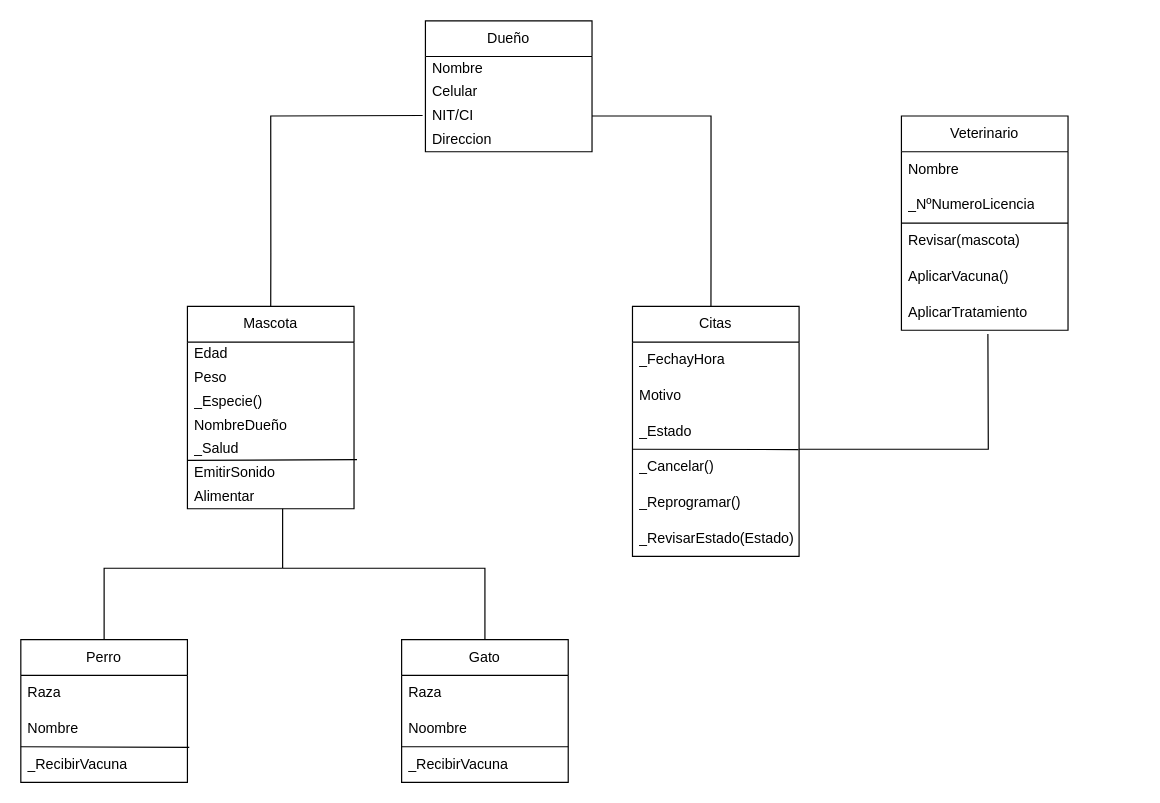
This is Diagrama sin título.drawio from chandler02-ODS/Diagramas-Clases-Objetos1, a draw.io file, before an edit. Source tidied: cells renumbered, new cells numbered last; positions are measured from the earlier drawing's top-left corner, leaving out a move shared by most shapes. Both pictures are drawn from the tidied source at 119%, with x=0, y=0 at pixel (20, 20).
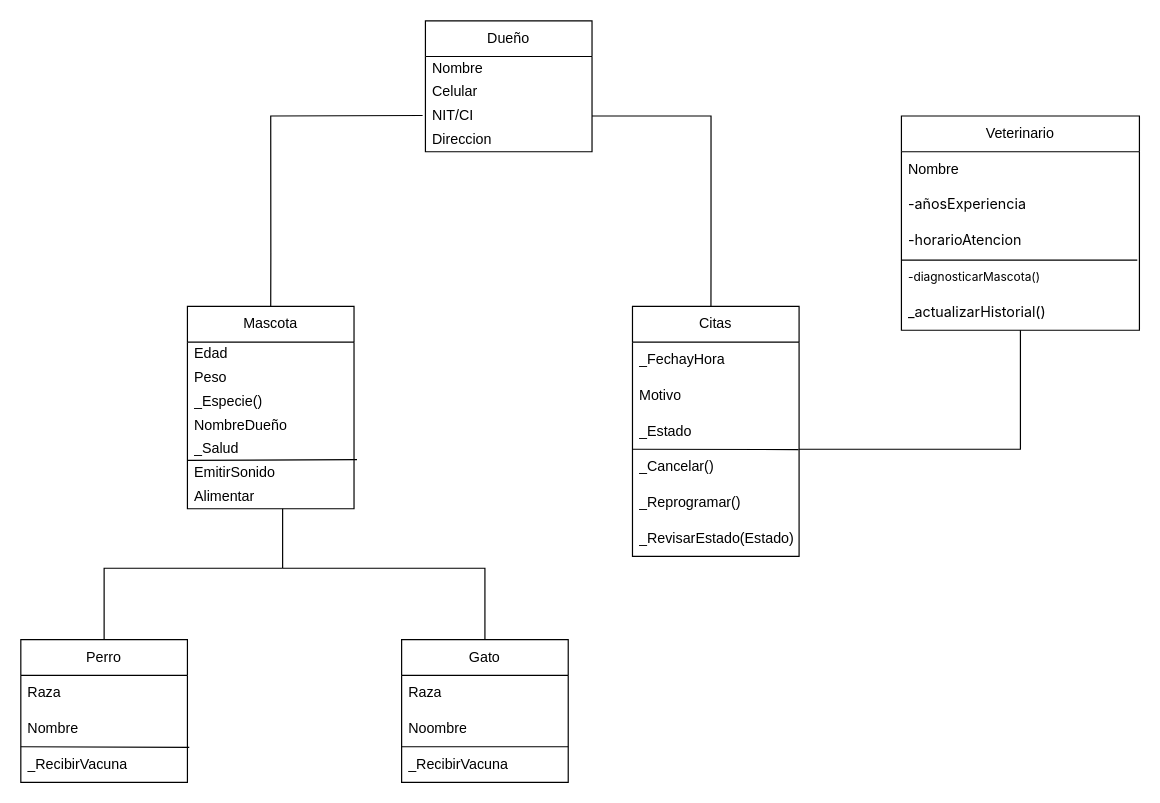
The same page after the edit.

What changed in the source:
```diff
@@
     <mxCell id="34" value="Veterinario" style="swimlane;fontStyle=0;horizontal=1;startSize=30;whiteSpace=wrap;html=1;" parent="1" vertex="1">
-      <mxGeometry x="740" y="80" width="140" height="180" as="geometry" />
+      <mxGeometry x="740" y="80" width="200" height="180" as="geometry" />
     </mxCell>
     <mxCell id="35" value="Nombre" style="text;strokeColor=none;fillColor=none;align=left;verticalAlign=middle;spacingLeft=4;spacingRight=4;overflow=hidden;whiteSpace=wrap;html=1;" parent="34" vertex="1">
-      <mxGeometry y="30" width="140" height="30" as="geometry" />
+      <mxGeometry y="30" width="200" height="30" as="geometry" />
     </mxCell>
-    <mxCell id="36" value="_NºNumeroLicencia" style="text;strokeColor=none;fillColor=none;align=left;verticalAlign=middle;spacingLeft=4;spacingRight=4;overflow=hidden;whiteSpace=wrap;html=1;" parent="34" vertex="1">
-      <mxGeometry y="60" width="140" height="30" as="geometry" />
+    <mxCell id="36" value="&lt;span style=&quot;color: rgb(0, 0, 0); font-family: -apple-system, BlinkMacSystemFont, &amp;quot;Segoe UI&amp;quot;, Roboto, &amp;quot;Helvetica Neue&amp;quot;, Arial, &amp;quot;Noto Sans&amp;quot;, sans-serif, &amp;quot;Apple Color Emoji&amp;quot;, &amp;quot;Segoe UI Emoji&amp;quot;, &amp;quot;Segoe UI Symbol&amp;quot;, &amp;quot;Noto Color Emoji&amp;quot;; white-space: pre-wrap; background-color: rgb(255, 255, 255);&quot;&gt;&lt;font&gt;-añosExperiencia&lt;/font&gt;&lt;/span&gt;" style="text;strokeColor=none;fillColor=none;align=left;verticalAlign=middle;spacingLeft=4;spacingRight=4;overflow=hidden;whiteSpace=wrap;html=1;" parent="34" vertex="1">
+      <mxGeometry y="60" width="200" height="30" as="geometry" />
     </mxCell>
-    <mxCell id="37" style="endArrow=none;html=1;rounded=0;" parent="34" edge="1">
-      <mxGeometry relative="1" as="geometry">
-        <mxPoint y="90" as="sourcePoint" />
-        <mxPoint x="140" y="90" as="targetPoint" />
-      </mxGeometry>
-    </mxCell>
-    <mxCell id="38" value="Revisar(mascota)" style="text;strokeColor=none;fillColor=none;align=left;verticalAlign=middle;spacingLeft=4;spacingRight=4;overflow=hidden;whiteSpace=wrap;html=1;" parent="34" vertex="1">
-      <mxGeometry y="90" width="140" height="30" as="geometry" />
-    </mxCell>
-    <mxCell id="39" value="AplicarVacuna()" style="text;strokeColor=none;fillColor=none;align=left;verticalAlign=middle;spacingLeft=4;spacingRight=4;overflow=hidden;points=[[0,0.5],[1,0.5]];portConstraint=eastwest;whiteSpace=wrap;html=1;" parent="34" vertex="1">
-      <mxGeometry y="120" width="140" height="30" as="geometry" />
+    <mxCell id="39" value="&lt;span style=&quot;color: rgb(0, 0, 0); font-family: -apple-system, BlinkMacSystemFont, &amp;quot;Segoe UI&amp;quot;, Roboto, &amp;quot;Helvetica Neue&amp;quot;, Arial, &amp;quot;Noto Sans&amp;quot;, sans-serif, &amp;quot;Apple Color Emoji&amp;quot;, &amp;quot;Segoe UI Emoji&amp;quot;, &amp;quot;Segoe UI Symbol&amp;quot;, &amp;quot;Noto Color Emoji&amp;quot;; white-space: pre-wrap; background-color: rgb(255, 255, 255);&quot;&gt;&lt;font&gt;-horarioAtencion&lt;/font&gt;&lt;/span&gt;" style="text;strokeColor=none;fillColor=none;align=left;verticalAlign=middle;spacingLeft=4;spacingRight=4;overflow=hidden;points=[[0,0.5],[1,0.5]];portConstraint=eastwest;whiteSpace=wrap;html=1;" parent="34" vertex="1">
+      <mxGeometry y="90" width="200" height="30" as="geometry" />
     </mxCell>
-    <mxCell id="40" value="AplicarTratamiento" style="text;strokeColor=none;fillColor=none;align=left;verticalAlign=middle;spacingLeft=4;spacingRight=4;overflow=hidden;points=[[0,0.5],[1,0.5]];portConstraint=eastwest;whiteSpace=wrap;html=1;" parent="34" vertex="1">
-      <mxGeometry y="150" width="140" height="30" as="geometry" />
-    </mxCell>
+    <mxCell id="47" value="&lt;font style=&quot;font-size: 10px;&quot;&gt;&lt;span style=&quot;color: rgb(0, 0, 0); font-family: -apple-system, BlinkMacSystemFont, &amp;quot;Segoe UI&amp;quot;, Roboto, &amp;quot;Helvetica Neue&amp;quot;, Arial, &amp;quot;Noto Sans&amp;quot;, sans-serif, &amp;quot;Apple Color Emoji&amp;quot;, &amp;quot;Segoe UI Emoji&amp;quot;, &amp;quot;Segoe UI Symbol&amp;quot;, &amp;quot;Noto Color Emoji&amp;quot;; white-space: pre-wrap; background-color: rgb(255, 255, 255);&quot;&gt;&lt;font style=&quot;&quot;&gt;-&lt;/font&gt;&lt;/span&gt;&lt;span style=&quot;color: rgb(0, 0, 0); font-family: -apple-system, BlinkMacSystemFont, &amp;quot;Segoe UI&amp;quot;, Roboto, &amp;quot;Helvetica Neue&amp;quot;, Arial, &amp;quot;Noto Sans&amp;quot;, sans-serif, &amp;quot;Apple Color Emoji&amp;quot;, &amp;quot;Segoe UI Emoji&amp;quot;, &amp;quot;Segoe UI Symbol&amp;quot;, &amp;quot;Noto Color Emoji&amp;quot;; white-space: pre-wrap; background-color: rgb(255, 255, 255);&quot;&gt;&lt;font style=&quot;&quot;&gt;diagnosticarMascota()&lt;/font&gt;&lt;/span&gt;&lt;/font&gt;" style="text;strokeColor=none;fillColor=none;align=left;verticalAlign=middle;spacingLeft=4;spacingRight=4;overflow=hidden;points=[[0,0.5],[1,0.5]];portConstraint=eastwest;whiteSpace=wrap;html=1;" parent="34" vertex="1">
+      <mxGeometry y="120" width="200" height="30" as="geometry" />
+    </mxCell>
+    <mxCell id="48" value="&lt;span style=&quot;color: rgb(0, 0, 0); font-family: -apple-system, BlinkMacSystemFont, &amp;quot;Segoe UI&amp;quot;, Roboto, &amp;quot;Helvetica Neue&amp;quot;, Arial, &amp;quot;Noto Sans&amp;quot;, sans-serif, &amp;quot;Apple Color Emoji&amp;quot;, &amp;quot;Segoe UI Emoji&amp;quot;, &amp;quot;Segoe UI Symbol&amp;quot;, &amp;quot;Noto Color Emoji&amp;quot;; white-space: pre-wrap; background-color: rgb(255, 255, 255);&quot;&gt;&lt;font&gt;_actualizarHistorial()&lt;/font&gt;&lt;/span&gt;" style="text;strokeColor=none;fillColor=none;align=left;verticalAlign=middle;spacingLeft=4;spacingRight=4;overflow=hidden;whiteSpace=wrap;html=1;" parent="34" vertex="1">
+      <mxGeometry y="150" width="200" height="30" as="geometry" />
+    </mxCell>
+    <mxCell id="49" style="endArrow=none;html=1;rounded=0;exitX=0.002;exitY=0.037;exitDx=0;exitDy=0;exitPerimeter=0;entryX=0.991;entryY=1.039;entryDx=0;entryDy=0;entryPerimeter=0;" parent="34" edge="1" source="47" target="39">
+      <mxGeometry relative="1" as="geometry" />
+    </mxCell>
@@
-    <mxCell id="46" style="endArrow=none;html=1;rounded=0;entryX=0.519;entryY=1.109;entryDx=0;entryDy=0;entryPerimeter=0;" parent="1" edge="1" target="40">
+    <mxCell id="46" style="endArrow=none;html=1;rounded=0;" parent="1" edge="1">
       <mxGeometry relative="1" as="geometry">
         <mxPoint x="654" y="360" as="sourcePoint" />
+        <mxPoint x="840" y="260" as="targetPoint" />
         <Array as="points">
-          <mxPoint x="813" y="360" />
+          <mxPoint x="840" y="360" />
         </Array>
       </mxGeometry>
     </mxCell>
```
